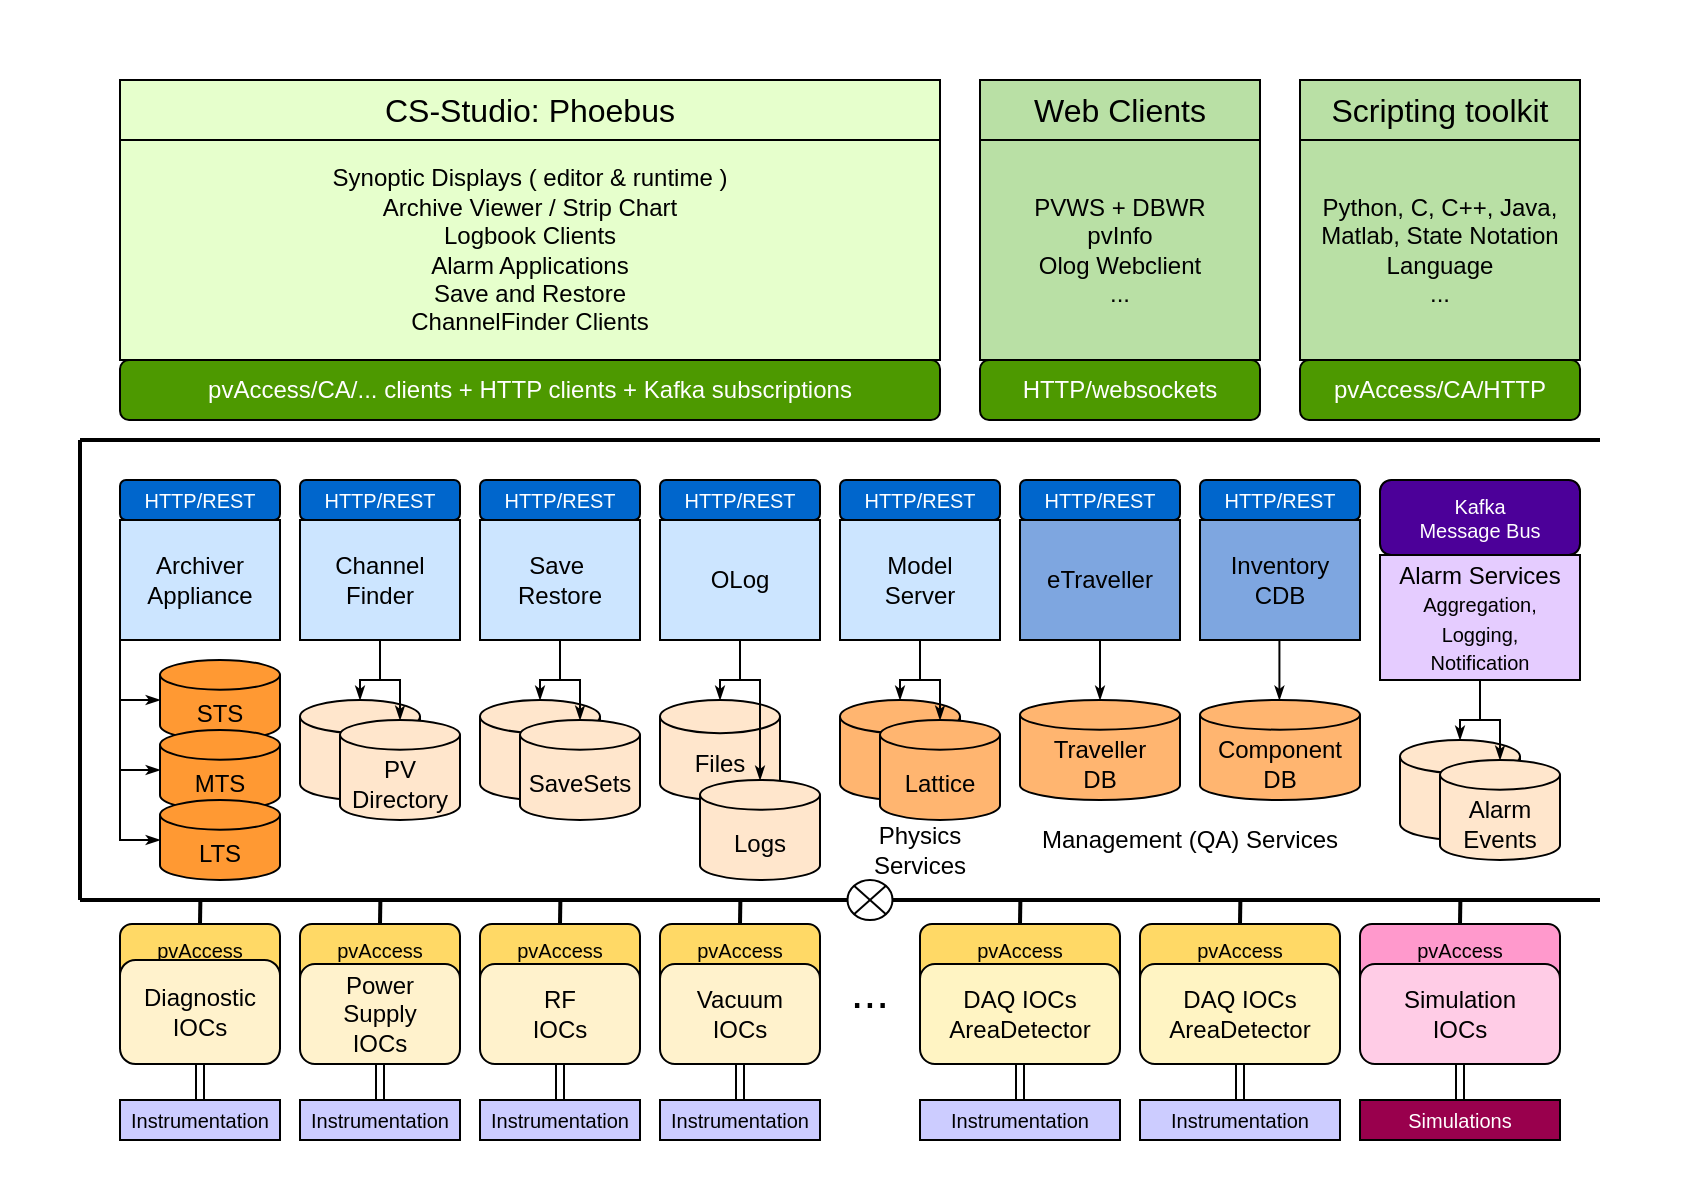
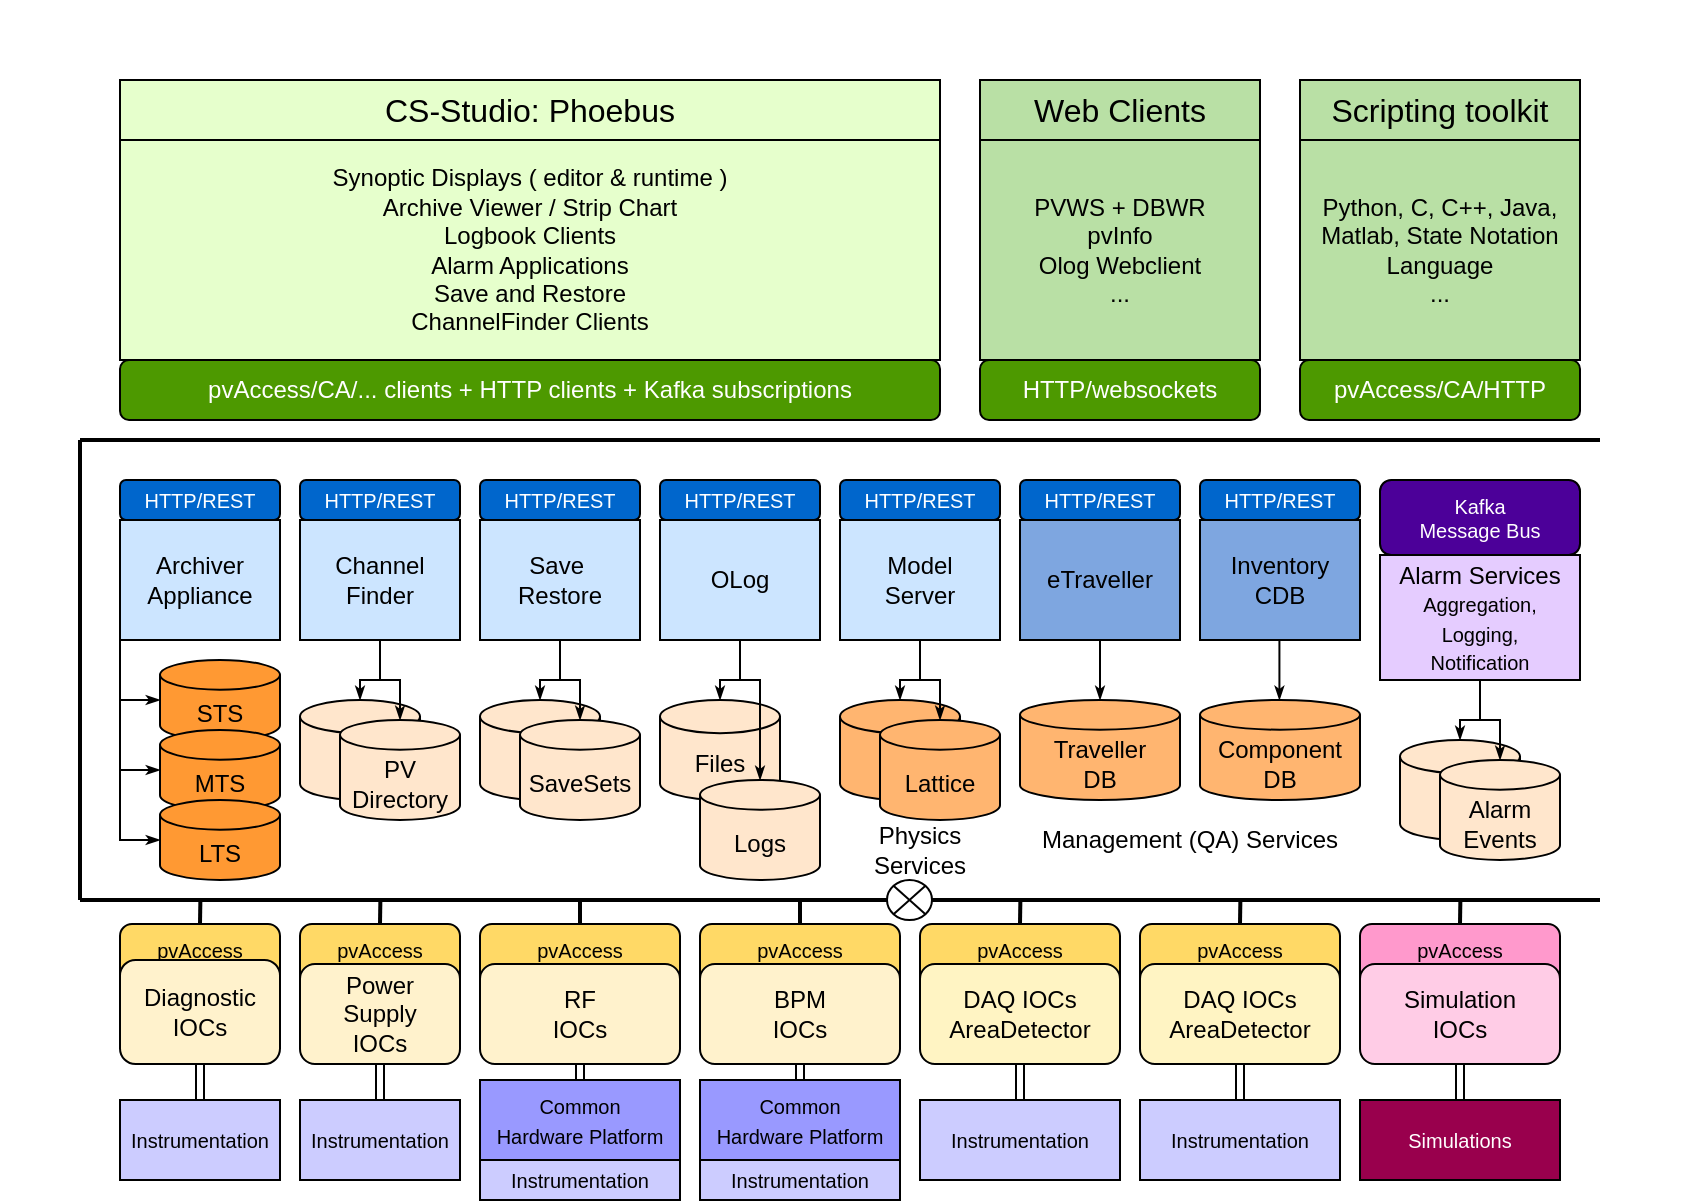
<mxfile host="app.diagrams.net">
  <diagram name="Page-1" id="QswgVkzFTdy-QcozOtTn">
-     <mxGraphModel dx="2255" dy="1217" grid="1" gridSize="10" guides="1" tooltips="1" connect="1" arrows="1" fold="1" page="1" pageScale="1" pageWidth="1169" pageHeight="827" math="0" shadow="0">
+     <mxGraphModel dx="393" dy="212" grid="1" gridSize="10" guides="1" tooltips="1" connect="1" arrows="1" fold="1" page="1" pageScale="1" pageWidth="1169" pageHeight="827" math="0" shadow="0">
      <root>
        <mxCell id="0" />
        <mxCell id="1" parent="0" />
        <mxCell id="x0S5mpikeSEZngQPS5M--100" parent="1" style="rounded=0;whiteSpace=wrap;html=1;strokeColor=none;fillColor=none;" value="" vertex="1">
          <mxGeometry height="600" width="840" x="40" y="40" as="geometry" />
        </mxCell>
        <mxCell id="x0S5mpikeSEZngQPS5M--101" parent="1" style="rounded=0;whiteSpace=wrap;html=1;fillColor=#CCE5FF;strokeColor=#000000;container=0;" value="&lt;div&gt;Channel&lt;/div&gt;&lt;div&gt;Finder&lt;/div&gt;" vertex="1">
          <mxGeometry height="60" width="80" x="190" y="300" as="geometry" />
        </mxCell>
        <mxCell id="x0S5mpikeSEZngQPS5M--102" parent="1" style="rounded=1;whiteSpace=wrap;html=1;fillColor=#0066CC;fontColor=#ffffff;strokeColor=#000000;fontSize=10;container=0;" value="HTTP/REST" vertex="1">
          <mxGeometry height="20" width="80" x="190" y="280" as="geometry" />
        </mxCell>
        <mxCell id="x0S5mpikeSEZngQPS5M--103" parent="1" style="rounded=0;whiteSpace=wrap;html=1;fillColor=#CCE5FF;strokeColor=#000000;container=0;" value="Save&amp;nbsp;&lt;div&gt;Restore&lt;/div&gt;" vertex="1">
          <mxGeometry height="60" width="80" x="280" y="300" as="geometry" />
        </mxCell>
        <mxCell id="x0S5mpikeSEZngQPS5M--104" parent="1" style="rounded=1;whiteSpace=wrap;html=1;fillColor=#0066CC;fontColor=#ffffff;strokeColor=#000000;fontSize=10;container=0;" value="HTTP/REST" vertex="1">
          <mxGeometry height="20" width="80" x="280" y="280" as="geometry" />
        </mxCell>
        <mxCell id="x0S5mpikeSEZngQPS5M--105" parent="1" style="rounded=0;whiteSpace=wrap;html=1;fillColor=#CCE5FF;strokeColor=#000000;container=0;" value="Archiver&lt;div&gt;Appliance&lt;/div&gt;" vertex="1">
          <mxGeometry height="60" width="80" x="100" y="300" as="geometry" />
        </mxCell>
        <mxCell id="x0S5mpikeSEZngQPS5M--106" parent="1" style="rounded=1;whiteSpace=wrap;html=1;fillColor=#0066CC;fontColor=#ffffff;strokeColor=#000000;fontSize=10;container=0;" value="HTTP/REST" vertex="1">
          <mxGeometry height="20" width="80" x="100" y="280" as="geometry" />
        </mxCell>
        <mxCell id="x0S5mpikeSEZngQPS5M--107" parent="1" style="rounded=0;whiteSpace=wrap;html=1;fillColor=#CCE5FF;strokeColor=#000000;container=0;" value="OLog" vertex="1">
          <mxGeometry height="60" width="80" x="370" y="300" as="geometry" />
        </mxCell>
        <mxCell id="x0S5mpikeSEZngQPS5M--108" parent="1" style="rounded=1;whiteSpace=wrap;html=1;fillColor=#0066CC;fontColor=#ffffff;strokeColor=#000000;fontSize=10;container=0;" value="HTTP/REST" vertex="1">
          <mxGeometry height="20" width="80" x="370" y="280" as="geometry" />
        </mxCell>
        <mxCell id="x0S5mpikeSEZngQPS5M--109" parent="1" style="rounded=0;whiteSpace=wrap;html=1;fillColor=#CCE5FF;strokeColor=#000000;container=0;" value="Model&lt;div&gt;Server&lt;/div&gt;" vertex="1">
          <mxGeometry height="60" width="80" x="460" y="300" as="geometry" />
        </mxCell>
        <mxCell id="x0S5mpikeSEZngQPS5M--110" parent="1" style="rounded=1;whiteSpace=wrap;html=1;fillColor=#0066CC;fontColor=#ffffff;strokeColor=#000000;fontSize=10;container=0;" value="HTTP/REST" vertex="1">
          <mxGeometry height="20" width="80" x="460" y="280" as="geometry" />
        </mxCell>
        <mxCell id="x0S5mpikeSEZngQPS5M--111" parent="1" style="rounded=0;whiteSpace=wrap;html=1;fillColor=#7EA6E0;strokeColor=#000000;container=0;" value="eTraveller" vertex="1">
          <mxGeometry height="60" width="80" x="550" y="300" as="geometry" />
        </mxCell>
        <mxCell id="x0S5mpikeSEZngQPS5M--112" parent="1" style="rounded=1;whiteSpace=wrap;html=1;fillColor=#0066CC;fontColor=#ffffff;strokeColor=#000000;fontSize=10;container=0;" value="HTTP/REST" vertex="1">
          <mxGeometry height="20" width="80" x="550" y="280" as="geometry" />
        </mxCell>
        <mxCell id="x0S5mpikeSEZngQPS5M--113" parent="1" style="rounded=0;whiteSpace=wrap;html=1;fillColor=#7EA6E0;strokeColor=#000000;container=0;" value="Inventory&lt;div&gt;CDB&lt;/div&gt;" vertex="1">
          <mxGeometry height="60" width="80" x="640" y="300" as="geometry" />
        </mxCell>
        <mxCell id="x0S5mpikeSEZngQPS5M--114" parent="1" style="rounded=1;whiteSpace=wrap;html=1;fillColor=#0066CC;fontColor=#ffffff;strokeColor=#000000;fontSize=10;container=0;" value="HTTP/REST" vertex="1">
          <mxGeometry height="20" width="80" x="640" y="280" as="geometry" />
        </mxCell>
        <mxCell id="x0S5mpikeSEZngQPS5M--115" parent="1" style="rounded=0;whiteSpace=wrap;html=1;fillColor=#E5CCFF;strokeColor=#000000;container=0;" value="Alarm&amp;nbsp;&lt;span style=&quot;background-color: transparent; color: light-dark(rgb(0, 0, 0), rgb(255, 255, 255));&quot;&gt;Services&lt;/span&gt;&lt;div&gt;&lt;span style=&quot;background-color: transparent; color: light-dark(rgb(0, 0, 0), rgb(255, 255, 255));&quot;&gt;&lt;font style=&quot;font-size: 10px;&quot;&gt;Aggregation,&lt;/font&gt;&lt;/span&gt;&lt;/div&gt;&lt;div&gt;&lt;span style=&quot;background-color: transparent; color: light-dark(rgb(0, 0, 0), rgb(255, 255, 255));&quot;&gt;&lt;font style=&quot;font-size: 10px;&quot;&gt;Logging,&lt;br&gt;Notification&lt;/font&gt;&lt;/span&gt;&lt;/div&gt;" vertex="1">
          <mxGeometry height="62.5" width="100" x="730" y="317.5" as="geometry" />
        </mxCell>
        <mxCell id="x0S5mpikeSEZngQPS5M--116" parent="1" style="rounded=1;whiteSpace=wrap;html=1;fillColor=#4C0099;strokeColor=#000000;fontSize=10;container=0;fontColor=#ffffff;" value="Kafka&lt;br&gt;Message Bus" vertex="1">
          <mxGeometry height="37.5" width="100" x="730" y="280" as="geometry" />
        </mxCell>
        <mxCell id="x0S5mpikeSEZngQPS5M--117" parent="1" style="shape=cylinder3;whiteSpace=wrap;html=1;boundedLbl=1;backgroundOutline=1;size=8.285714285714334;fillColor=#FFE6CC;strokeColor=#000000;" value="" vertex="1">
          <mxGeometry height="50" width="60" x="190" y="390" as="geometry" />
        </mxCell>
        <mxCell id="x0S5mpikeSEZngQPS5M--118" parent="1" style="shape=cylinder3;whiteSpace=wrap;html=1;boundedLbl=1;backgroundOutline=1;size=7.428571428571445;fillColor=#FFE6CC;strokeColor=#000000;fontSize=12;" value="&lt;div&gt;&lt;font&gt;PV&lt;/font&gt;&lt;/div&gt;&lt;font&gt;Directory&lt;/font&gt;" vertex="1">
          <mxGeometry height="50" width="60" x="210" y="400" as="geometry" />
        </mxCell>
        <mxCell id="x0S5mpikeSEZngQPS5M--119" edge="1" parent="1" source="x0S5mpikeSEZngQPS5M--101" style="edgeStyle=segmentEdgeStyle;endArrow=classicThin;html=1;curved=0;rounded=0;exitX=0.5;exitY=1;exitDx=0;exitDy=0;entryX=0.5;entryY=0;entryDx=0;entryDy=0;entryPerimeter=0;endFill=1;startSize=4;endSize=4;strokeColor=#000000;" target="x0S5mpikeSEZngQPS5M--117" value="">
          <mxGeometry height="50" relative="1" width="50" as="geometry">
            <Array as="points">
              <mxPoint x="230" y="380" />
              <mxPoint x="220" y="380" />
            </Array>
            <mxPoint x="650" y="480" as="sourcePoint" />
            <mxPoint x="700" y="430" as="targetPoint" />
          </mxGeometry>
        </mxCell>
        <mxCell id="x0S5mpikeSEZngQPS5M--120" edge="1" parent="1" source="x0S5mpikeSEZngQPS5M--101" style="edgeStyle=segmentEdgeStyle;endArrow=classicThin;html=1;curved=0;rounded=0;exitX=0.5;exitY=1;exitDx=0;exitDy=0;entryX=0.5;entryY=0;entryDx=0;entryDy=0;entryPerimeter=0;endFill=1;startSize=4;endSize=4;strokeColor=#000000;" target="x0S5mpikeSEZngQPS5M--118" value="">
          <mxGeometry height="50" relative="1" width="50" as="geometry">
            <Array as="points">
              <mxPoint x="230" y="380" />
              <mxPoint x="240" y="380" />
            </Array>
            <mxPoint x="290" y="390" as="sourcePoint" />
            <mxPoint x="280" y="420" as="targetPoint" />
          </mxGeometry>
        </mxCell>
        <mxCell id="x0S5mpikeSEZngQPS5M--121" parent="1" style="shape=cylinder3;whiteSpace=wrap;html=1;boundedLbl=1;backgroundOutline=1;size=8.285714285714334;fillColor=#FFE6CC;strokeColor=#000000;fontSize=12;" value="" vertex="1">
          <mxGeometry height="50" width="60" x="280" y="390" as="geometry" />
        </mxCell>
        <mxCell id="x0S5mpikeSEZngQPS5M--122" parent="1" style="shape=cylinder3;whiteSpace=wrap;html=1;boundedLbl=1;backgroundOutline=1;size=7.428571428571445;fillColor=#FFE6CC;strokeColor=#000000;fontSize=12;" value="&lt;font&gt;Save&lt;span style=&quot;background-color: transparent; color: light-dark(rgb(0, 0, 0), rgb(255, 255, 255));&quot;&gt;Sets&lt;/span&gt;&lt;/font&gt;" vertex="1">
          <mxGeometry height="50" width="60" x="300" y="400" as="geometry" />
        </mxCell>
        <mxCell id="x0S5mpikeSEZngQPS5M--123" edge="1" parent="1" style="edgeStyle=segmentEdgeStyle;endArrow=classicThin;html=1;curved=0;rounded=0;exitX=0.5;exitY=1;exitDx=0;exitDy=0;entryX=0.5;entryY=0;entryDx=0;entryDy=0;entryPerimeter=0;endFill=1;startSize=4;endSize=4;strokeColor=#000000;" target="x0S5mpikeSEZngQPS5M--121" value="">
          <mxGeometry height="50" relative="1" width="50" as="geometry">
            <Array as="points">
              <mxPoint x="320" y="380" />
              <mxPoint x="310" y="380" />
            </Array>
            <mxPoint x="320" y="360" as="sourcePoint" />
            <mxPoint x="790" y="430" as="targetPoint" />
          </mxGeometry>
        </mxCell>
        <mxCell id="x0S5mpikeSEZngQPS5M--124" edge="1" parent="1" style="edgeStyle=segmentEdgeStyle;endArrow=classicThin;html=1;curved=0;rounded=0;exitX=0.5;exitY=1;exitDx=0;exitDy=0;entryX=0.5;entryY=0;entryDx=0;entryDy=0;entryPerimeter=0;endFill=1;startSize=4;endSize=4;strokeColor=#000000;" target="x0S5mpikeSEZngQPS5M--122" value="">
          <mxGeometry height="50" relative="1" width="50" as="geometry">
            <Array as="points">
              <mxPoint x="320" y="380" />
              <mxPoint x="330" y="380" />
            </Array>
            <mxPoint x="320" y="360" as="sourcePoint" />
            <mxPoint x="370" y="420" as="targetPoint" />
          </mxGeometry>
        </mxCell>
        <mxCell id="x0S5mpikeSEZngQPS5M--125" parent="1" style="shape=cylinder3;whiteSpace=wrap;html=1;boundedLbl=1;backgroundOutline=1;size=8.285714285714334;fillColor=#FFE6CC;strokeColor=#000000;fontColor=#000000;" value="Files" vertex="1">
          <mxGeometry height="50" width="60" x="370" y="390" as="geometry" />
        </mxCell>
        <mxCell id="x0S5mpikeSEZngQPS5M--126" parent="1" style="shape=cylinder3;whiteSpace=wrap;html=1;boundedLbl=1;backgroundOutline=1;size=7.428571428571445;fillColor=#FFE6CC;strokeColor=#000000;fontColor=#000000;fontSize=12;" value="Logs" vertex="1">
          <mxGeometry height="50" width="60" x="390" y="430" as="geometry" />
        </mxCell>
        <mxCell id="x0S5mpikeSEZngQPS5M--127" edge="1" parent="1" style="edgeStyle=segmentEdgeStyle;endArrow=classicThin;html=1;curved=0;rounded=0;exitX=0.5;exitY=1;exitDx=0;exitDy=0;entryX=0.5;entryY=0;entryDx=0;entryDy=0;entryPerimeter=0;endFill=1;startSize=4;endSize=4;strokeColor=#000000;" target="x0S5mpikeSEZngQPS5M--125" value="">
          <mxGeometry height="50" relative="1" width="50" as="geometry">
            <Array as="points">
              <mxPoint x="410" y="380" />
              <mxPoint x="400" y="380" />
            </Array>
            <mxPoint x="410" y="360" as="sourcePoint" />
            <mxPoint x="880" y="430" as="targetPoint" />
          </mxGeometry>
        </mxCell>
        <mxCell id="x0S5mpikeSEZngQPS5M--128" edge="1" parent="1" style="edgeStyle=segmentEdgeStyle;endArrow=classicThin;html=1;curved=0;rounded=0;exitX=0.5;exitY=1;exitDx=0;exitDy=0;entryX=0.5;entryY=0;entryDx=0;entryDy=0;entryPerimeter=0;endFill=1;startSize=4;endSize=4;strokeColor=#000000;" target="x0S5mpikeSEZngQPS5M--126" value="">
          <mxGeometry height="50" relative="1" width="50" as="geometry">
            <Array as="points">
              <mxPoint x="410" y="380" />
              <mxPoint x="420" y="380" />
            </Array>
            <mxPoint x="410" y="360" as="sourcePoint" />
            <mxPoint x="460" y="420" as="targetPoint" />
          </mxGeometry>
        </mxCell>
        <mxCell id="x0S5mpikeSEZngQPS5M--129" parent="1" style="shape=cylinder3;whiteSpace=wrap;html=1;boundedLbl=1;backgroundOutline=1;size=8.285714285714334;fillColor=#FFB570;strokeColor=#000000;fontColor=#000000;" value="" vertex="1">
          <mxGeometry height="50" width="60" x="460" y="390" as="geometry" />
        </mxCell>
        <mxCell id="x0S5mpikeSEZngQPS5M--130" parent="1" style="shape=cylinder3;whiteSpace=wrap;html=1;boundedLbl=1;backgroundOutline=1;size=7.428571428571445;fillColor=#FFB570;strokeColor=#000000;fontColor=#000000;fontSize=12;" value="Lattice" vertex="1">
          <mxGeometry height="50" width="60" x="480" y="400" as="geometry" />
        </mxCell>
        <mxCell id="x0S5mpikeSEZngQPS5M--131" edge="1" parent="1" style="edgeStyle=segmentEdgeStyle;endArrow=classicThin;html=1;curved=0;rounded=0;exitX=0.5;exitY=1;exitDx=0;exitDy=0;entryX=0.5;entryY=0;entryDx=0;entryDy=0;entryPerimeter=0;endFill=1;startSize=4;endSize=4;strokeColor=#000000;" target="x0S5mpikeSEZngQPS5M--129" value="">
          <mxGeometry height="50" relative="1" width="50" as="geometry">
            <Array as="points">
              <mxPoint x="500" y="380" />
              <mxPoint x="490" y="380" />
            </Array>
            <mxPoint x="500" y="360" as="sourcePoint" />
            <mxPoint x="970" y="430" as="targetPoint" />
          </mxGeometry>
        </mxCell>
        <mxCell id="x0S5mpikeSEZngQPS5M--132" edge="1" parent="1" style="edgeStyle=segmentEdgeStyle;endArrow=classicThin;html=1;curved=0;rounded=0;exitX=0.5;exitY=1;exitDx=0;exitDy=0;entryX=0.5;entryY=0;entryDx=0;entryDy=0;entryPerimeter=0;endFill=1;startSize=4;endSize=4;strokeColor=#000000;" target="x0S5mpikeSEZngQPS5M--130" value="">
          <mxGeometry height="50" relative="1" width="50" as="geometry">
            <Array as="points">
              <mxPoint x="500" y="380" />
              <mxPoint x="510" y="380" />
            </Array>
            <mxPoint x="500" y="360" as="sourcePoint" />
            <mxPoint x="550" y="420" as="targetPoint" />
          </mxGeometry>
        </mxCell>
        <mxCell id="x0S5mpikeSEZngQPS5M--133" parent="1" style="shape=cylinder3;whiteSpace=wrap;html=1;boundedLbl=1;backgroundOutline=1;size=7.428571428571445;fillColor=#FFB570;strokeColor=#000000;fontColor=#000000;fontSize=12;" value="&lt;span&gt;Traveller&lt;/span&gt;&lt;div&gt;&lt;span&gt;DB&lt;/span&gt;&lt;/div&gt;" vertex="1">
          <mxGeometry height="50" width="80" x="550" y="390" as="geometry" />
        </mxCell>
        <mxCell id="x0S5mpikeSEZngQPS5M--134" parent="1" style="shape=cylinder3;whiteSpace=wrap;html=1;boundedLbl=1;backgroundOutline=1;size=7.428571428571445;fillColor=#FFB570;strokeColor=#000000;fontColor=#000000;fontSize=12;" value="&lt;span&gt;Component&lt;/span&gt;&lt;div&gt;&lt;span&gt;DB&lt;/span&gt;&lt;/div&gt;" vertex="1">
          <mxGeometry height="50" width="80" x="640" y="390" as="geometry" />
        </mxCell>
        <mxCell id="x0S5mpikeSEZngQPS5M--135" edge="1" parent="1" source="x0S5mpikeSEZngQPS5M--111" style="endArrow=classicThin;html=1;rounded=0;exitX=0.5;exitY=1;exitDx=0;exitDy=0;endFill=1;endSize=4;startSize=4;strokeColor=#000000;" target="x0S5mpikeSEZngQPS5M--133" value="">
          <mxGeometry height="50" relative="1" width="50" as="geometry">
            <mxPoint x="560" y="480" as="sourcePoint" />
            <mxPoint x="610" y="430" as="targetPoint" />
          </mxGeometry>
        </mxCell>
        <mxCell id="x0S5mpikeSEZngQPS5M--136" edge="1" parent="1" style="endArrow=classicThin;html=1;rounded=0;exitX=0.5;exitY=1;exitDx=0;exitDy=0;endFill=1;endSize=4;startSize=4;strokeColor=#000000;" value="">
          <mxGeometry height="50" relative="1" width="50" as="geometry">
            <mxPoint x="679.71" y="360" as="sourcePoint" />
            <mxPoint x="679.71" y="390" as="targetPoint" />
          </mxGeometry>
        </mxCell>
        <mxCell id="x0S5mpikeSEZngQPS5M--137" parent="1" style="shape=cylinder3;whiteSpace=wrap;html=1;boundedLbl=1;backgroundOutline=1;size=7.428571428571445;fillColor=#FF9933;strokeColor=#000000;fontSize=12;" value="STS" vertex="1">
          <mxGeometry height="40" width="60" x="120" y="370" as="geometry" />
        </mxCell>
        <mxCell id="x0S5mpikeSEZngQPS5M--138" parent="1" style="shape=cylinder3;whiteSpace=wrap;html=1;boundedLbl=1;backgroundOutline=1;size=7.428571428571445;fillColor=#FF9933;strokeColor=#000000;fontSize=12;" value="MTS" vertex="1">
          <mxGeometry height="40" width="60" x="120" y="405" as="geometry" />
        </mxCell>
        <mxCell id="x0S5mpikeSEZngQPS5M--139" parent="1" style="shape=cylinder3;whiteSpace=wrap;html=1;boundedLbl=1;backgroundOutline=1;size=7.428571428571445;fillColor=#FF9933;strokeColor=#000000;fontSize=12;" value="LTS" vertex="1">
          <mxGeometry height="40" width="60" x="120" y="440" as="geometry" />
        </mxCell>
        <mxCell id="x0S5mpikeSEZngQPS5M--140" edge="1" parent="1" source="x0S5mpikeSEZngQPS5M--105" style="edgeStyle=segmentEdgeStyle;endArrow=classicThin;html=1;curved=0;rounded=0;endSize=4;startSize=4;exitX=0;exitY=1;exitDx=0;exitDy=0;entryX=0;entryY=0.5;entryDx=0;entryDy=0;entryPerimeter=0;endFill=1;strokeColor=#000000;" target="x0S5mpikeSEZngQPS5M--137" value="">
          <mxGeometry height="50" relative="1" width="50" as="geometry">
            <Array as="points">
              <mxPoint x="100" y="390" />
            </Array>
            <mxPoint x="380" y="480" as="sourcePoint" />
            <mxPoint x="430" y="430" as="targetPoint" />
          </mxGeometry>
        </mxCell>
        <mxCell id="x0S5mpikeSEZngQPS5M--141" edge="1" parent="1" style="edgeStyle=segmentEdgeStyle;endArrow=classicThin;html=1;curved=0;rounded=0;endSize=4;startSize=4;endFill=1;strokeColor=#000000;" value="">
          <mxGeometry height="50" relative="1" width="50" as="geometry">
            <Array as="points">
              <mxPoint x="100" y="425" />
              <mxPoint x="120" y="425" />
            </Array>
            <mxPoint x="100" y="360" as="sourcePoint" />
            <mxPoint x="120" y="425" as="targetPoint" />
          </mxGeometry>
        </mxCell>
        <mxCell id="x0S5mpikeSEZngQPS5M--142" edge="1" parent="1" style="edgeStyle=segmentEdgeStyle;endArrow=classicThin;html=1;curved=0;rounded=0;endSize=4;startSize=4;endFill=1;strokeColor=#000000;" value="">
          <mxGeometry height="50" relative="1" width="50" as="geometry">
            <Array as="points">
              <mxPoint x="100" y="460" />
              <mxPoint x="120" y="460" />
            </Array>
            <mxPoint x="100" y="360" as="sourcePoint" />
            <mxPoint x="120" y="460" as="targetPoint" />
          </mxGeometry>
        </mxCell>
        <mxCell id="x0S5mpikeSEZngQPS5M--143" parent="1" style="shape=cylinder3;whiteSpace=wrap;html=1;boundedLbl=1;backgroundOutline=1;size=8.285714285714334;fillColor=#FFE6CC;strokeColor=#000000;" value="" vertex="1">
          <mxGeometry height="50" width="60" x="740" y="410" as="geometry" />
        </mxCell>
        <mxCell id="x0S5mpikeSEZngQPS5M--144" parent="1" style="shape=cylinder3;whiteSpace=wrap;html=1;boundedLbl=1;backgroundOutline=1;size=7.428571428571445;fillColor=#FFE6CC;strokeColor=#000000;fontSize=12;" value="&lt;div&gt;Alarm&lt;/div&gt;&lt;div&gt;Events&lt;/div&gt;" vertex="1">
          <mxGeometry height="50" width="60" x="760" y="420" as="geometry" />
        </mxCell>
        <mxCell id="x0S5mpikeSEZngQPS5M--145" edge="1" parent="1" style="edgeStyle=segmentEdgeStyle;endArrow=classicThin;html=1;curved=0;rounded=0;exitX=0.5;exitY=1;exitDx=0;exitDy=0;entryX=0.5;entryY=0;entryDx=0;entryDy=0;entryPerimeter=0;endFill=1;startSize=4;endSize=4;strokeColor=#000000;" target="x0S5mpikeSEZngQPS5M--143" value="">
          <mxGeometry height="50" relative="1" width="50" as="geometry">
            <Array as="points">
              <mxPoint x="780" y="400" />
              <mxPoint x="770" y="400" />
            </Array>
            <mxPoint x="780" y="380" as="sourcePoint" />
            <mxPoint x="1250" y="450" as="targetPoint" />
          </mxGeometry>
        </mxCell>
        <mxCell id="x0S5mpikeSEZngQPS5M--146" edge="1" parent="1" style="edgeStyle=segmentEdgeStyle;endArrow=classicThin;html=1;curved=0;rounded=0;exitX=0.5;exitY=1;exitDx=0;exitDy=0;entryX=0.5;entryY=0;entryDx=0;entryDy=0;entryPerimeter=0;endFill=1;startSize=4;endSize=4;strokeColor=#000000;" target="x0S5mpikeSEZngQPS5M--144" value="">
          <mxGeometry height="50" relative="1" width="50" as="geometry">
            <Array as="points">
              <mxPoint x="780" y="400" />
              <mxPoint x="790" y="400" />
            </Array>
            <mxPoint x="780" y="380" as="sourcePoint" />
            <mxPoint x="830" y="440" as="targetPoint" />
          </mxGeometry>
        </mxCell>
        <mxCell id="x0S5mpikeSEZngQPS5M--147" edge="1" parent="1" style="endArrow=none;html=1;rounded=0;startSize=10;endSize=10;strokeWidth=2;strokeColor=#000000;" value="">
          <mxGeometry height="50" relative="1" width="50" as="geometry">
            <mxPoint x="80" y="260" as="sourcePoint" />
            <mxPoint x="840" y="260" as="targetPoint" />
          </mxGeometry>
        </mxCell>
        <mxCell id="x0S5mpikeSEZngQPS5M--148" edge="1" parent="1" source="x0S5mpikeSEZngQPS5M--189" style="endArrow=none;html=1;rounded=0;startSize=10;endSize=10;strokeWidth=2;strokeColor=#000000;" value="">
          <mxGeometry height="50" relative="1" width="50" as="geometry">
            <mxPoint x="80" y="490" as="sourcePoint" />
            <mxPoint x="840" y="490" as="targetPoint" />
          </mxGeometry>
        </mxCell>
        <mxCell id="x0S5mpikeSEZngQPS5M--149" edge="1" parent="1" style="endArrow=none;html=1;rounded=0;startSize=10;endSize=10;strokeWidth=2;strokeColor=#000000;" value="">
          <mxGeometry height="50" relative="1" width="50" as="geometry">
            <mxPoint x="80" y="260" as="sourcePoint" />
            <mxPoint x="80" y="490" as="targetPoint" />
          </mxGeometry>
        </mxCell>
        <mxCell id="x0S5mpikeSEZngQPS5M--150" edge="1" parent="1" source="x0S5mpikeSEZngQPS5M--151" style="edgeStyle=orthogonalEdgeStyle;rounded=0;orthogonalLoop=1;jettySize=auto;html=1;exitX=0.5;exitY=0;exitDx=0;exitDy=0;endArrow=none;endFill=0;strokeWidth=2;">
          <mxGeometry relative="1" as="geometry">
            <mxPoint x="140.19047619047615" y="490" as="targetPoint" />
          </mxGeometry>
        </mxCell>
        <mxCell id="x0S5mpikeSEZngQPS5M--151" parent="1" style="rounded=1;whiteSpace=wrap;html=1;fillColor=#FFD966;fontColor=#000000;strokeColor=#000000;" value="&lt;font style=&quot;font-size: 10px;&quot;&gt;pvAccess&lt;/font&gt;&lt;div&gt;&lt;font style=&quot;font-size: 10px;&quot;&gt;&lt;br&gt;&lt;/font&gt;&lt;/div&gt;" vertex="1">
          <mxGeometry height="40" width="80" x="100" y="502" as="geometry" />
        </mxCell>
        <mxCell id="x0S5mpikeSEZngQPS5M--152" parent="1" style="rounded=1;whiteSpace=wrap;html=1;fillColor=#FFF2CC;strokeColor=#000000;" value="Diagnostic&lt;div&gt;IOCs&lt;/div&gt;" vertex="1">
          <mxGeometry height="52" width="80" x="100" y="520" as="geometry" />
        </mxCell>
        <mxCell id="x0S5mpikeSEZngQPS5M--153" edge="1" parent="1" source="x0S5mpikeSEZngQPS5M--154" style="edgeStyle=orthogonalEdgeStyle;rounded=0;orthogonalLoop=1;jettySize=auto;html=1;exitX=0.5;exitY=0;exitDx=0;exitDy=0;endArrow=none;endFill=0;strokeWidth=2;">
          <mxGeometry relative="1" as="geometry">
            <mxPoint x="230.19047619047615" y="490" as="targetPoint" />
          </mxGeometry>
        </mxCell>
        <mxCell id="x0S5mpikeSEZngQPS5M--154" parent="1" style="rounded=1;whiteSpace=wrap;html=1;fillColor=#FFD966;fontColor=#000000;strokeColor=#000000;" value="&lt;div&gt;&lt;font style=&quot;font-size: 10px;&quot;&gt;pvAccess&lt;/font&gt;&lt;/div&gt;&lt;div&gt;&lt;font style=&quot;font-size: 10px;&quot;&gt;&lt;br&gt;&lt;/font&gt;&lt;/div&gt;" vertex="1">
          <mxGeometry height="40" width="80" x="190" y="502" as="geometry" />
        </mxCell>
        <mxCell id="x0S5mpikeSEZngQPS5M--155" parent="1" style="rounded=1;whiteSpace=wrap;html=1;fillColor=#FFF2CC;strokeColor=#000000;" value="Power&lt;br&gt;Supply&lt;br&gt;&lt;div&gt;IOCs&lt;/div&gt;" vertex="1">
          <mxGeometry height="50" width="80" x="190" y="522" as="geometry" />
        </mxCell>
        <mxCell id="x0S5mpikeSEZngQPS5M--156" edge="1" parent="1" source="x0S5mpikeSEZngQPS5M--157" style="edgeStyle=orthogonalEdgeStyle;rounded=0;orthogonalLoop=1;jettySize=auto;html=1;exitX=0.5;exitY=0;exitDx=0;exitDy=0;endArrow=none;endFill=0;strokeWidth=2;">
          <mxGeometry relative="1" as="geometry">
-             <mxPoint x="320.19047619047615" y="490" as="targetPoint" />
+             <mxPoint x="330" y="490" as="targetPoint" />
          </mxGeometry>
        </mxCell>
        <mxCell id="x0S5mpikeSEZngQPS5M--157" parent="1" style="rounded=1;whiteSpace=wrap;html=1;fillColor=#FFD966;fontColor=#000000;strokeColor=#000000;" value="&lt;div&gt;&lt;font style=&quot;font-size: 10px;&quot;&gt;pvAccess&lt;/font&gt;&lt;/div&gt;&lt;div&gt;&lt;font style=&quot;font-size: 10px;&quot;&gt;&lt;br&gt;&lt;/font&gt;&lt;/div&gt;" vertex="1">
-           <mxGeometry height="40" width="80" x="280" y="502" as="geometry" />
+           <mxGeometry height="40" width="100" x="280" y="502" as="geometry" />
        </mxCell>
        <mxCell id="x0S5mpikeSEZngQPS5M--158" parent="1" style="rounded=1;whiteSpace=wrap;html=1;fillColor=#FFF2CC;strokeColor=#000000;" value="&lt;div&gt;RF&lt;/div&gt;&lt;div&gt;IOCs&lt;/div&gt;" vertex="1">
-           <mxGeometry height="50" width="80" x="280" y="522" as="geometry" />
+           <mxGeometry height="50" width="100" x="280" y="522" as="geometry" />
        </mxCell>
        <mxCell id="x0S5mpikeSEZngQPS5M--159" edge="1" parent="1" source="x0S5mpikeSEZngQPS5M--160" style="edgeStyle=orthogonalEdgeStyle;rounded=0;orthogonalLoop=1;jettySize=auto;html=1;exitX=0.5;exitY=0;exitDx=0;exitDy=0;strokeWidth=2;endArrow=none;endFill=0;">
          <mxGeometry relative="1" as="geometry">
-             <mxPoint x="410.19047619047615" y="490" as="targetPoint" />
+             <mxPoint x="440" y="490" as="targetPoint" />
          </mxGeometry>
        </mxCell>
        <mxCell id="x0S5mpikeSEZngQPS5M--160" parent="1" style="rounded=1;whiteSpace=wrap;html=1;fillColor=#FFD966;fontColor=#000000;strokeColor=#000000;" value="&lt;div&gt;&lt;font style=&quot;font-size: 10px;&quot;&gt;pvAccess&lt;/font&gt;&lt;/div&gt;&lt;div&gt;&lt;font style=&quot;font-size: 10px;&quot;&gt;&lt;br&gt;&lt;/font&gt;&lt;/div&gt;" vertex="1">
-           <mxGeometry height="40" width="80" x="370" y="502" as="geometry" />
-         </mxCell>
-         <mxCell id="x0S5mpikeSEZngQPS5M--161" parent="1" style="rounded=1;whiteSpace=wrap;html=1;fillColor=#FFF2CC;strokeColor=#000000;" value="Vacuum&lt;div&gt;IOCs&lt;/div&gt;" vertex="1">
-           <mxGeometry height="50" width="80" x="370" y="522" as="geometry" />
+           <mxGeometry height="40" width="100" x="390" y="502" as="geometry" />
+         </mxCell>
+         <mxCell id="x0S5mpikeSEZngQPS5M--161" parent="1" style="rounded=1;whiteSpace=wrap;html=1;fillColor=#FFF2CC;strokeColor=#000000;" value="BPM&lt;div&gt;IOCs&lt;/div&gt;" vertex="1">
+           <mxGeometry height="50" width="100" x="390" y="522" as="geometry" />
        </mxCell>
        <mxCell id="x0S5mpikeSEZngQPS5M--162" edge="1" parent="1" source="x0S5mpikeSEZngQPS5M--163" style="edgeStyle=orthogonalEdgeStyle;rounded=0;orthogonalLoop=1;jettySize=auto;html=1;exitX=0.5;exitY=0;exitDx=0;exitDy=0;strokeWidth=2;endArrow=none;endFill=0;">
          <mxGeometry relative="1" as="geometry">
            <mxPoint x="550.1904761904761" y="490" as="targetPoint" />
          </mxGeometry>
        </mxCell>
        <mxCell id="x0S5mpikeSEZngQPS5M--163" parent="1" style="rounded=1;whiteSpace=wrap;html=1;fillColor=#FFD966;fontColor=#000000;strokeColor=#000000;" value="&lt;div&gt;&lt;font style=&quot;font-size: 10px;&quot;&gt;pvAccess&lt;/font&gt;&lt;/div&gt;&lt;div&gt;&lt;font style=&quot;font-size: 10px;&quot;&gt;&lt;br&gt;&lt;/font&gt;&lt;/div&gt;" vertex="1">
          <mxGeometry height="40" width="100" x="500" y="502" as="geometry" />
        </mxCell>
        <mxCell id="x0S5mpikeSEZngQPS5M--164" parent="1" style="rounded=1;whiteSpace=wrap;html=1;fillColor=#FFF4C3;strokeColor=#000000;" value="&lt;div&gt;DAQ IOCs&lt;br&gt;AreaDetector&lt;/div&gt;" vertex="1">
          <mxGeometry height="50" width="100" x="500" y="522" as="geometry" />
        </mxCell>
        <mxCell id="x0S5mpikeSEZngQPS5M--165" edge="1" parent="1" source="x0S5mpikeSEZngQPS5M--166" style="edgeStyle=orthogonalEdgeStyle;rounded=0;orthogonalLoop=1;jettySize=auto;html=1;exitX=0.5;exitY=0;exitDx=0;exitDy=0;strokeWidth=2;endArrow=none;endFill=0;">
          <mxGeometry relative="1" as="geometry">
            <mxPoint x="770.1904761904761" y="490" as="targetPoint" />
          </mxGeometry>
        </mxCell>
        <mxCell id="x0S5mpikeSEZngQPS5M--166" parent="1" style="rounded=1;whiteSpace=wrap;html=1;fillColor=#FF99CC;fontColor=#000000;strokeColor=#000000;" value="&lt;div&gt;&lt;font style=&quot;font-size: 10px;&quot;&gt;pvAccess&lt;/font&gt;&lt;/div&gt;&lt;div&gt;&lt;font style=&quot;font-size: 10px;&quot;&gt;&lt;br&gt;&lt;/font&gt;&lt;/div&gt;" vertex="1">
          <mxGeometry height="40" width="100" x="720" y="502" as="geometry" />
        </mxCell>
        <mxCell id="x0S5mpikeSEZngQPS5M--167" parent="1" style="rounded=1;whiteSpace=wrap;html=1;fillColor=#FFCCE6;strokeColor=#000000;" value="&lt;div&gt;Simulation&lt;/div&gt;&lt;div&gt;IOCs&lt;br&gt;&lt;/div&gt;" vertex="1">
          <mxGeometry height="50" width="100" x="720" y="522" as="geometry" />
        </mxCell>
-         <mxCell id="x0S5mpikeSEZngQPS5M--168" parent="1" style="text;html=1;whiteSpace=wrap;strokeColor=none;fillColor=none;align=center;verticalAlign=middle;rounded=0;fontSize=14;" value="&lt;font style=&quot;font-size: 23px;&quot;&gt;...&lt;/font&gt;" vertex="1">
-           <mxGeometry height="28" width="50" x="450" y="522" as="geometry" />
-         </mxCell>
        <mxCell id="x0S5mpikeSEZngQPS5M--169" edge="1" parent="1" source="x0S5mpikeSEZngQPS5M--170" style="edgeStyle=orthogonalEdgeStyle;rounded=0;orthogonalLoop=1;jettySize=auto;html=1;exitX=0.5;exitY=0;exitDx=0;exitDy=0;strokeWidth=2;endArrow=none;endFill=0;">
          <mxGeometry relative="1" as="geometry">
            <mxPoint x="660.1904761904761" y="490" as="targetPoint" />
          </mxGeometry>
        </mxCell>
        <mxCell id="x0S5mpikeSEZngQPS5M--170" parent="1" style="rounded=1;whiteSpace=wrap;html=1;fillColor=#FFD966;fontColor=#000000;strokeColor=#000000;" value="&lt;div&gt;&lt;font style=&quot;font-size: 10px;&quot;&gt;pvAccess&lt;/font&gt;&lt;/div&gt;&lt;div&gt;&lt;font style=&quot;font-size: 10px;&quot;&gt;&lt;br&gt;&lt;/font&gt;&lt;/div&gt;" vertex="1">
          <mxGeometry height="40" width="100" x="610" y="502" as="geometry" />
        </mxCell>
        <mxCell id="x0S5mpikeSEZngQPS5M--171" parent="1" style="rounded=1;whiteSpace=wrap;html=1;fillColor=#FFF4C3;strokeColor=#000000;" value="&lt;div&gt;DAQ IOCs&lt;br&gt;AreaDetector&lt;/div&gt;" vertex="1">
          <mxGeometry height="50" width="100" x="610" y="522" as="geometry" />
        </mxCell>
        <mxCell id="x0S5mpikeSEZngQPS5M--172" parent="1" style="rounded=0;whiteSpace=wrap;html=1;fillColor=#CCCCFF;" value="&lt;font style=&quot;font-size: 10px;&quot;&gt;Instrumentation&lt;/font&gt;" vertex="1">
-           <mxGeometry height="20" width="80" x="100" y="590" as="geometry" />
+           <mxGeometry height="40" width="80" x="100" y="590" as="geometry" />
        </mxCell>
        <mxCell id="x0S5mpikeSEZngQPS5M--173" parent="1" style="rounded=0;whiteSpace=wrap;html=1;fillColor=#CCCCFF;" value="&lt;font style=&quot;font-size: 10px;&quot;&gt;Instrumentation&lt;/font&gt;" vertex="1">
-           <mxGeometry height="20" width="80" x="190" y="590" as="geometry" />
-         </mxCell>
-         <mxCell id="x0S5mpikeSEZngQPS5M--174" parent="1" style="rounded=0;whiteSpace=wrap;html=1;fillColor=#CCCCFF;" value="&lt;font style=&quot;font-size: 10px;&quot;&gt;Instrumentation&lt;/font&gt;" vertex="1">
-           <mxGeometry height="20" width="80" x="280" y="590" as="geometry" />
-         </mxCell>
-         <mxCell id="x0S5mpikeSEZngQPS5M--175" parent="1" style="rounded=0;whiteSpace=wrap;html=1;fillColor=#CCCCFF;" value="&lt;font style=&quot;font-size: 10px;&quot;&gt;Instrumentation&lt;/font&gt;" vertex="1">
-           <mxGeometry height="20" width="80" x="370" y="590" as="geometry" />
+           <mxGeometry height="40" width="80" x="190" y="590" as="geometry" />
+         </mxCell>
+         <mxCell id="x0S5mpikeSEZngQPS5M--174" parent="1" style="rounded=0;whiteSpace=wrap;html=1;fillColor=#9999FF;" value="&lt;font style=&quot;font-size: 10px;&quot;&gt;Common&lt;/font&gt;&lt;div&gt;&lt;font style=&quot;font-size: 10px;&quot;&gt;Hardware Platform&lt;/font&gt;&lt;/div&gt;" vertex="1">
+           <mxGeometry height="40" width="100" x="280" y="580" as="geometry" />
+         </mxCell>
+         <mxCell id="x0S5mpikeSEZngQPS5M--175" parent="1" style="rounded=0;whiteSpace=wrap;html=1;fillColor=#9999FF;" value="&lt;font style=&quot;font-size: 10px;&quot;&gt;Common&lt;/font&gt;&lt;div&gt;&lt;font style=&quot;font-size: 10px;&quot;&gt;Hardware Platform&lt;/font&gt;&lt;/div&gt;" vertex="1">
+           <mxGeometry height="40" width="100" x="390" y="580" as="geometry" />
        </mxCell>
        <mxCell id="x0S5mpikeSEZngQPS5M--176" parent="1" style="rounded=0;whiteSpace=wrap;html=1;fillColor=#CCCCFF;" value="&lt;font style=&quot;font-size: 10px;&quot;&gt;Instrumentation&lt;/font&gt;" vertex="1">
-           <mxGeometry height="20" width="100" x="500" y="590" as="geometry" />
+           <mxGeometry height="40" width="100" x="500" y="590" as="geometry" />
        </mxCell>
        <mxCell id="x0S5mpikeSEZngQPS5M--177" parent="1" style="rounded=0;whiteSpace=wrap;html=1;fillColor=#CCCCFF;" value="&lt;font style=&quot;font-size: 10px;&quot;&gt;Instrumentation&lt;/font&gt;" vertex="1">
-           <mxGeometry height="20" width="100" x="610" y="590" as="geometry" />
+           <mxGeometry height="40" width="100" x="610" y="590" as="geometry" />
        </mxCell>
        <mxCell id="x0S5mpikeSEZngQPS5M--178" parent="1" style="rounded=0;whiteSpace=wrap;html=1;fillColor=#99004D;" value="&lt;font style=&quot;font-size: 10px; color: rgb(255, 255, 255);&quot;&gt;Simulations&lt;/font&gt;" vertex="1">
-           <mxGeometry height="20" width="100" x="720" y="590" as="geometry" />
+           <mxGeometry height="40" width="100" x="720" y="590" as="geometry" />
        </mxCell>
        <mxCell id="x0S5mpikeSEZngQPS5M--179" edge="1" parent="1" source="x0S5mpikeSEZngQPS5M--152" style="shape=link;html=1;rounded=0;exitX=0.5;exitY=1;exitDx=0;exitDy=0;entryX=0.5;entryY=0;entryDx=0;entryDy=0;" target="x0S5mpikeSEZngQPS5M--172" value="">
          <mxGeometry relative="1" width="100" as="geometry">
            <mxPoint x="440" y="510" as="sourcePoint" />
            <mxPoint x="540" y="510" as="targetPoint" />
          </mxGeometry>
        </mxCell>
        <mxCell id="x0S5mpikeSEZngQPS5M--180" edge="1" parent="1" source="x0S5mpikeSEZngQPS5M--155" style="shape=link;html=1;rounded=0;exitX=0.5;exitY=1;exitDx=0;exitDy=0;entryX=0.5;entryY=0;entryDx=0;entryDy=0;" target="x0S5mpikeSEZngQPS5M--173" value="">
          <mxGeometry relative="1" width="100" as="geometry">
            <mxPoint x="210" y="690" as="sourcePoint" />
            <mxPoint x="210" y="708" as="targetPoint" />
          </mxGeometry>
        </mxCell>
        <mxCell id="x0S5mpikeSEZngQPS5M--181" edge="1" parent="1" source="x0S5mpikeSEZngQPS5M--158" style="shape=link;html=1;rounded=0;exitX=0.5;exitY=1;exitDx=0;exitDy=0;entryX=0.5;entryY=0;entryDx=0;entryDy=0;" target="x0S5mpikeSEZngQPS5M--174" value="">
          <mxGeometry relative="1" width="100" as="geometry">
            <mxPoint x="350" y="740" as="sourcePoint" />
            <mxPoint x="350" y="758" as="targetPoint" />
          </mxGeometry>
        </mxCell>
        <mxCell id="x0S5mpikeSEZngQPS5M--182" edge="1" parent="1" source="x0S5mpikeSEZngQPS5M--161" style="shape=link;html=1;rounded=0;exitX=0.5;exitY=1;exitDx=0;exitDy=0;entryX=0.5;entryY=0;entryDx=0;entryDy=0;" target="x0S5mpikeSEZngQPS5M--175" value="">
          <mxGeometry relative="1" width="100" as="geometry">
            <mxPoint x="360" y="680" as="sourcePoint" />
            <mxPoint x="410" y="590" as="targetPoint" />
          </mxGeometry>
        </mxCell>
        <mxCell id="x0S5mpikeSEZngQPS5M--183" edge="1" parent="1" source="x0S5mpikeSEZngQPS5M--164" style="shape=link;html=1;rounded=0;exitX=0.5;exitY=1;exitDx=0;exitDy=0;entryX=0.5;entryY=0;entryDx=0;entryDy=0;" target="x0S5mpikeSEZngQPS5M--176" value="">
          <mxGeometry relative="1" width="100" as="geometry">
            <mxPoint x="550" y="580" as="sourcePoint" />
            <mxPoint x="140" y="638" as="targetPoint" />
          </mxGeometry>
        </mxCell>
        <mxCell id="x0S5mpikeSEZngQPS5M--184" edge="1" parent="1" source="x0S5mpikeSEZngQPS5M--177" style="shape=link;html=1;rounded=0;entryX=0.5;entryY=1;entryDx=0;entryDy=0;exitX=0.5;exitY=0;exitDx=0;exitDy=0;" target="x0S5mpikeSEZngQPS5M--171" value="">
          <mxGeometry relative="1" width="100" as="geometry">
            <mxPoint x="440" y="510" as="sourcePoint" />
            <mxPoint x="540" y="510" as="targetPoint" />
          </mxGeometry>
        </mxCell>
        <mxCell id="x0S5mpikeSEZngQPS5M--185" edge="1" parent="1" source="x0S5mpikeSEZngQPS5M--178" style="shape=link;html=1;rounded=0;entryX=0.5;entryY=1;entryDx=0;entryDy=0;exitX=0.5;exitY=0;exitDx=0;exitDy=0;" target="x0S5mpikeSEZngQPS5M--167" value="">
          <mxGeometry relative="1" width="100" as="geometry">
            <mxPoint x="440" y="510" as="sourcePoint" />
            <mxPoint x="540" y="510" as="targetPoint" />
          </mxGeometry>
        </mxCell>
        <mxCell id="x0S5mpikeSEZngQPS5M--186" parent="1" style="text;html=1;whiteSpace=wrap;strokeColor=none;fillColor=none;align=center;verticalAlign=middle;rounded=0;" value="Physics Services" vertex="1">
          <mxGeometry height="30" width="80" x="460" y="450" as="geometry" />
        </mxCell>
        <mxCell id="x0S5mpikeSEZngQPS5M--187" parent="1" style="text;html=1;whiteSpace=wrap;strokeColor=none;fillColor=none;align=center;verticalAlign=middle;rounded=0;" value="Management (QA) Services" vertex="1">
          <mxGeometry height="30" width="170" x="550" y="445" as="geometry" />
        </mxCell>
        <mxCell id="x0S5mpikeSEZngQPS5M--188" edge="1" parent="1" style="endArrow=none;html=1;rounded=0;startSize=10;endSize=10;strokeWidth=2;strokeColor=#000000;" target="x0S5mpikeSEZngQPS5M--189" value="">
          <mxGeometry height="50" relative="1" width="50" as="geometry">
            <mxPoint x="80" y="490" as="sourcePoint" />
            <mxPoint x="840" y="490" as="targetPoint" />
          </mxGeometry>
        </mxCell>
        <mxCell id="x0S5mpikeSEZngQPS5M--189" parent="1" style="shape=sumEllipse;perimeter=ellipsePerimeter;whiteSpace=wrap;html=1;backgroundOutline=1;" value="" vertex="1">
-           <mxGeometry height="20" width="22.5" x="463.75" y="480" as="geometry" />
+           <mxGeometry height="20" width="22.5" x="483.5" y="480" as="geometry" />
        </mxCell>
        <mxCell id="x0S5mpikeSEZngQPS5M--190" parent="1" style="rounded=1;whiteSpace=wrap;html=1;fillColor=#4D9900;strokeColor=#000000;" value="&lt;font style=&quot;color: rgb(255, 255, 255);&quot;&gt;pvAccess/CA/... clients + HTTP clients + Kafka subscriptions&lt;/font&gt;" vertex="1">
          <mxGeometry height="30" width="410" x="100" y="220" as="geometry" />
        </mxCell>
        <mxCell id="x0S5mpikeSEZngQPS5M--191" parent="1" style="rounded=0;whiteSpace=wrap;html=1;fillColor=#E6FFCC;strokeColor=#000000;" value="&lt;div&gt;Synoptic Displays ( editor &amp;amp; runtime )&lt;/div&gt;&lt;div&gt;Archive Viewer / Strip Chart&lt;br&gt;&lt;/div&gt;&lt;div&gt;Logbook Clients&lt;/div&gt;&lt;div&gt;Alarm Applications&lt;/div&gt;&lt;div&gt;Save and Restore&lt;/div&gt;&lt;div&gt;ChannelFinder Clients&lt;/div&gt;" vertex="1">
          <mxGeometry height="110" width="410" x="100" y="110" as="geometry" />
        </mxCell>
        <mxCell id="x0S5mpikeSEZngQPS5M--192" parent="1" style="rounded=0;whiteSpace=wrap;html=1;fillColor=#B9E0A5;strokeColor=#000000;" value="&lt;div&gt;&lt;div&gt;PVWS + DBWR&lt;/div&gt;&lt;div&gt;pvInfo&lt;/div&gt;&lt;div&gt;Olog Webclient&lt;/div&gt;&lt;div&gt;...&lt;/div&gt;&lt;/div&gt;" vertex="1">
          <mxGeometry height="110" width="140" x="530" y="110" as="geometry" />
        </mxCell>
        <mxCell id="x0S5mpikeSEZngQPS5M--193" parent="1" style="rounded=1;whiteSpace=wrap;html=1;fillColor=#4D9900;strokeColor=#000000;" value="&lt;font style=&quot;color: rgb(255, 255, 255);&quot;&gt;HTTP/websockets&lt;/font&gt;" vertex="1">
          <mxGeometry height="30" width="140" x="530" y="220" as="geometry" />
        </mxCell>
        <mxCell id="x0S5mpikeSEZngQPS5M--194" parent="1" style="rounded=0;whiteSpace=wrap;html=1;fontSize=12;fillColor=#B9E0A5;strokeColor=#000000;" value="&lt;span id=&quot;docs-internal-guid-f6af2611-7fff-7055-44ac-d242a0824485&quot;&gt;&lt;p dir=&quot;ltr&quot; style=&quot;line-height: 1.2; margin-top: 0pt; margin-bottom: 0pt;&quot;&gt;&lt;span style=&quot;background-color: transparent; font-family: Arial, sans-serif; white-space: pre-wrap; color: light-dark(rgb(0, 0, 0), rgb(255, 255, 255));&quot;&gt;Python, C, C++, Java, Matlab, State Notation Language&lt;/span&gt;&lt;/p&gt;&lt;div&gt;&lt;span style=&quot;font-family: Arial, sans-serif; background-color: transparent; font-variant: normal; vertical-align: baseline; white-space: pre-wrap;&quot;&gt;...&lt;/span&gt;&lt;/div&gt;&lt;/span&gt;" vertex="1">
          <mxGeometry height="110" width="140" x="690" y="110" as="geometry" />
        </mxCell>
        <mxCell id="x0S5mpikeSEZngQPS5M--195" parent="1" style="rounded=1;whiteSpace=wrap;html=1;fillColor=#4D9900;strokeColor=#000000;" value="&lt;font style=&quot;color: rgb(255, 255, 255);&quot;&gt;pvAccess/CA/HTTP&lt;/font&gt;" vertex="1">
          <mxGeometry height="30" width="140" x="690" y="220" as="geometry" />
        </mxCell>
        <mxCell id="x0S5mpikeSEZngQPS5M--196" parent="1" style="rounded=0;whiteSpace=wrap;html=1;fillColor=#E6FFCC;" value="&lt;font style=&quot;font-size: 16px;&quot;&gt;CS-Studio: Phoebus&lt;/font&gt;" vertex="1">
          <mxGeometry height="30" width="410" x="100" y="80" as="geometry" />
        </mxCell>
        <mxCell id="x0S5mpikeSEZngQPS5M--197" parent="1" style="rounded=0;whiteSpace=wrap;html=1;fillColor=#B9E0A5;" value="&lt;div&gt;&lt;font style=&quot;font-size: 16px;&quot;&gt;Web Clients&lt;/font&gt;&lt;/div&gt;" vertex="1">
          <mxGeometry height="30" width="140" x="530" y="80" as="geometry" />
        </mxCell>
        <mxCell id="x0S5mpikeSEZngQPS5M--198" parent="1" style="rounded=0;whiteSpace=wrap;html=1;fillColor=#B9E0A5;" value="&lt;p dir=&quot;ltr&quot; style=&quot;line-height: 1.2; margin-top: 0pt; margin-bottom: 0pt;&quot;&gt;&lt;span style=&quot;font-family: Arial, sans-serif; background-color: transparent; font-variant: normal; vertical-align: baseline; white-space: pre-wrap;&quot;&gt;&lt;font style=&quot;font-size: 16px;&quot;&gt;Scripting toolkit&lt;/font&gt;&lt;/span&gt;&lt;/p&gt;" vertex="1">
          <mxGeometry height="30" width="140" x="690" y="80" as="geometry" />
+         </mxCell>
+         <mxCell id="ycsqEFZoC23f_Q9FLbAl-1" parent="1" style="rounded=0;whiteSpace=wrap;html=1;fillColor=#CCCCFF;" value="&lt;font style=&quot;font-size: 10px;&quot;&gt;Instrumentation&lt;/font&gt;" vertex="1">
+           <mxGeometry height="20" width="100" x="280" y="620" as="geometry" />
+         </mxCell>
+         <mxCell id="ycsqEFZoC23f_Q9FLbAl-2" parent="1" style="rounded=0;whiteSpace=wrap;html=1;fillColor=#CCCCFF;" value="&lt;font style=&quot;font-size: 10px;&quot;&gt;Instrumentation&lt;/font&gt;" vertex="1">
+           <mxGeometry height="20" width="100" x="390" y="620" as="geometry" />
        </mxCell>
      </root>
    </mxGraphModel>
  </diagram>
</mxfile>
